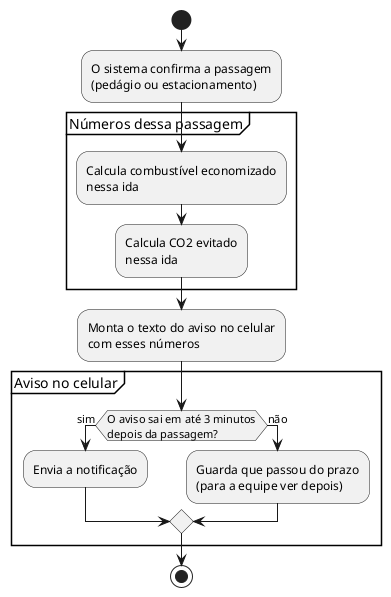
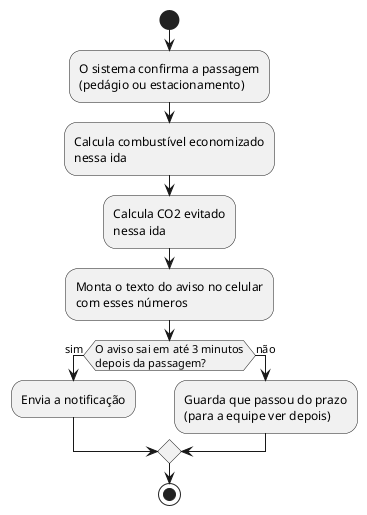
@startuml US09_Passagem_Limpa
start
:O sistema confirma a passagem\n(pedágio ou estacionamento);
- partition "Números dessa passagem" {
-   :Calcula combustível economizado\nnessa ida;
-   :Calcula CO2 evitado\nnessa ida;
- }
+ :Calcula combustível economizado\nnessa ida;
+ :Calcula CO2 evitado\nnessa ida;
:Monta o texto do aviso no celular\ncom esses números;
- partition "Aviso no celular" {
-   if (O aviso sai em até 3 minutos\ndepois da passagem?) then (sim)
-     :Envia a notificação;
-   else (não)
-     :Guarda que passou do prazo\n(para a equipe ver depois);
-   endif
- }
+ if (O aviso sai em até 3 minutos\ndepois da passagem?) then (sim)
+   :Envia a notificação;
+ else (não)
+   :Guarda que passou do prazo\n(para a equipe ver depois);
+ endif
stop
@enduml
